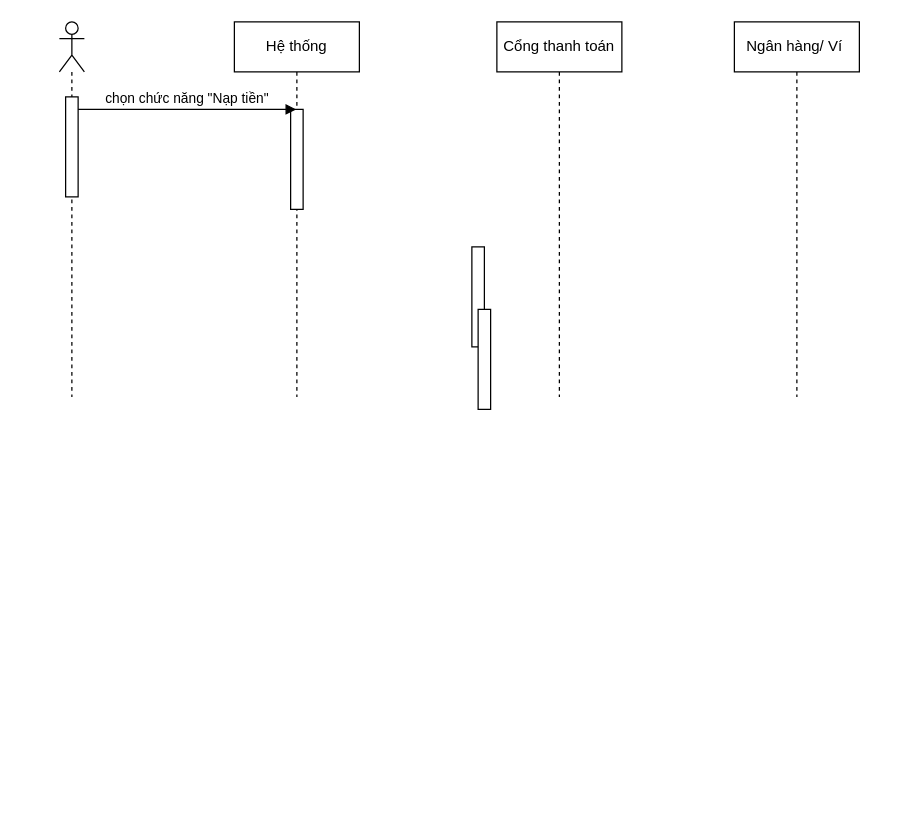
Nonnner/PTTK keeps this draw.io diagram as page "nạp tiền" (1 of 2) of deposit_money.drawio. Above is the earlier version. Source tidied: cells renumbered, new cells numbered last; positions are measured from the earlier drawing's top-left corner, leaving out a move shared by most shapes. Both pictures are drawn from the tidied source at 125%, with x=0, y=0 at pixel (59, 21).
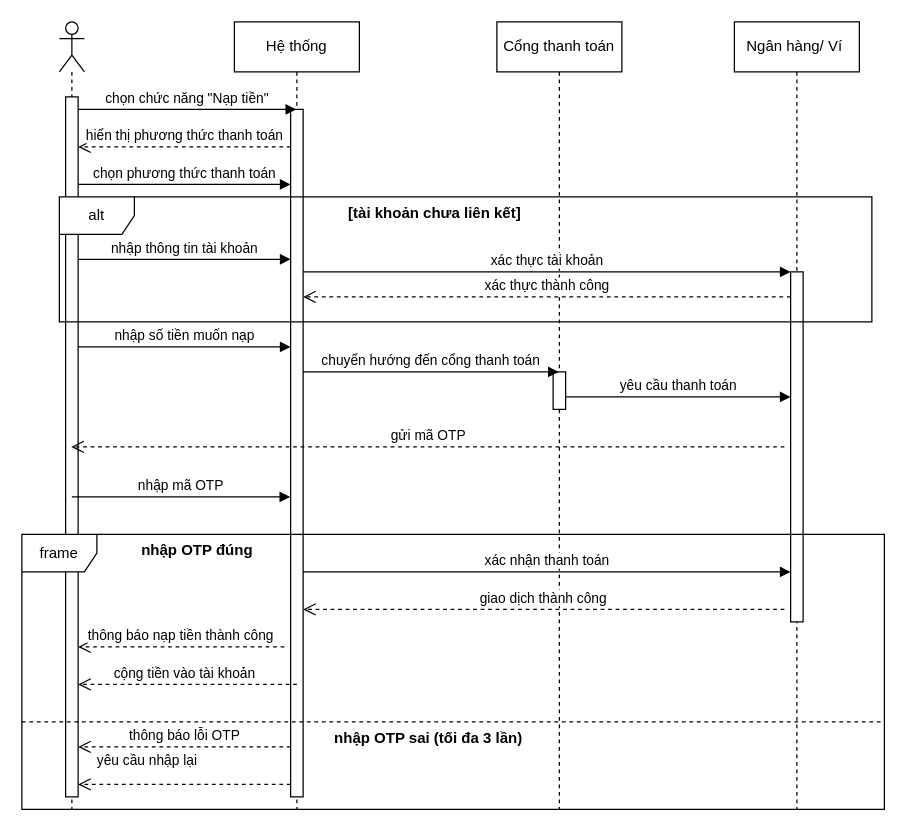
After the change.

The edit, as a diff of the source:
```diff
@@
     <mxCell id="2" value="Hệ thống" style="shape=umlLifeline;perimeter=lifelinePerimeter;whiteSpace=wrap;html=1;newEdgeStyle={&quot;curved&quot;:0,&quot;rounded&quot;:0};" parent="1" vertex="1">
-      <mxGeometry x="140" width="100" height="300" as="geometry" />
+      <mxGeometry x="140" width="100" height="630" as="geometry" />
     </mxCell>
     <mxCell id="3" style="html=1;points=[[0,0,0,0,5],[0,1,0,0,-5],[1,0,0,0,5],[1,1,0,0,-5]];perimeter=orthogonalPerimeter;outlineConnect=0;targetShapes=umlLifeline;portConstraint=eastwest;newEdgeStyle={&quot;curved&quot;:0,&quot;rounded&quot;:0};" parent="2" vertex="1">
-      <mxGeometry x="45" y="70" width="10" height="80" as="geometry" />
+      <mxGeometry x="45" y="70" width="10" height="550" as="geometry" />
     </mxCell>
     <mxCell id="4" value="Cổng thanh toán" style="shape=umlLifeline;perimeter=lifelinePerimeter;whiteSpace=wrap;html=1;newEdgeStyle={&quot;curved&quot;:0,&quot;rounded&quot;:0};" parent="1" vertex="1">
-      <mxGeometry x="350" width="100" height="300" as="geometry" />
+      <mxGeometry x="350" width="100" height="630" as="geometry" />
     </mxCell>
+    <mxCell id="9" style="html=1;perimeter=orthogonalPerimeter;targetShapes=umlLifeline;newEdgeStyle={&quot;curved&quot;:0,&quot;rounded&quot;:0};" parent="4" vertex="1">
+      <mxGeometry x="45" y="280" width="10" height="30" as="geometry" />
+    </mxCell>
     <mxCell id="5" value="Ngân hàng/ Ví&amp;nbsp;" style="shape=umlLifeline;perimeter=lifelinePerimeter;whiteSpace=wrap;html=1;newEdgeStyle={&quot;curved&quot;:0,&quot;rounded&quot;:0};" parent="1" vertex="1">
-      <mxGeometry x="540" width="100" height="300" as="geometry" />
+      <mxGeometry x="540" width="100" height="630" as="geometry" />
     </mxCell>
+    <mxCell id="11" style="html=1;perimeter=orthogonalPerimeter;targetShapes=umlLifeline;newEdgeStyle={&quot;curved&quot;:0,&quot;rounded&quot;:0};" parent="5" vertex="1">
+      <mxGeometry x="45" y="200" width="10" height="280" as="geometry" />
+    </mxCell>
     <mxCell id="6" style="shape=umlLifeline;perimeter=lifelinePerimeter;whiteSpace=wrap;html=1;outlineConnect=0;portConstraint=eastwest;newEdgeStyle={&quot;curved&quot;:0,&quot;rounded&quot;:0};participant=umlActor;" parent="1" vertex="1">
-      <mxGeometry width="20" height="300" as="geometry" />
+      <mxGeometry width="20" height="630" as="geometry" />
     </mxCell>
     <mxCell id="7" style="html=1;points=[[0,0,0,0,5],[0,1,0,0,-5],[1,0,0,0,5],[1,1,0,0,-5]];perimeter=orthogonalPerimeter;outlineConnect=0;targetShapes=umlLifeline;portConstraint=eastwest;newEdgeStyle={&quot;curved&quot;:0,&quot;rounded&quot;:0};" parent="6" vertex="1">
-      <mxGeometry x="5" y="60" width="10" height="80" as="geometry" />
+      <mxGeometry x="5" y="60" width="10" height="560" as="geometry" />
     </mxCell>
-    <mxCell id="8" style="html=1;perimeter=orthogonalPerimeter;targetShapes=umlLifeline;newEdgeStyle={&quot;curved&quot;:0,&quot;rounded&quot;:0};" parent="1" vertex="1">
-      <mxGeometry x="330" y="180" width="10" height="80" as="geometry" />
-    </mxCell>
-    <mxCell id="9" style="html=1;perimeter=orthogonalPerimeter;targetShapes=umlLifeline;newEdgeStyle={&quot;curved&quot;:0,&quot;rounded&quot;:0};" parent="1" vertex="1">
-      <mxGeometry x="335" y="230" width="10" height="80" as="geometry" />
-    </mxCell>
@@
+    <mxCell id="12" value="hiển thị phương thức thanh toán" style="html=1;verticalAlign=bottom;endArrow=open;dashed=1;endSize=8;curved=0;rounded=0;" parent="1" edge="1">
+      <mxGeometry relative="1" as="geometry">
+        <mxPoint x="185" y="100" as="sourcePoint" />
+        <mxPoint x="15" y="100" as="targetPoint" />
+      </mxGeometry>
+    </mxCell>
+    <mxCell id="13" value="chọn phương thức thanh toán" style="html=1;verticalAlign=bottom;endArrow=block;curved=0;rounded=0;" parent="1" edge="1">
+      <mxGeometry relative="1" as="geometry">
+        <mxPoint x="15" y="130" as="sourcePoint" />
+        <mxPoint x="185" y="130" as="targetPoint" />
+      </mxGeometry>
+    </mxCell>
+    <mxCell id="14" value="alt" style="shape=umlFrame;whiteSpace=wrap;html=1;" parent="1" vertex="1">
+      <mxGeometry y="140" width="650" height="100" as="geometry" />
+    </mxCell>
+    <mxCell id="15" value="nhập thông tin tài khoản" style="html=1;verticalAlign=bottom;endArrow=block;curved=0;rounded=0;" parent="1" edge="1">
+      <mxGeometry relative="1" as="geometry">
+        <mxPoint x="15" y="189.9" as="sourcePoint" />
+        <mxPoint x="185" y="189.9" as="targetPoint" />
+      </mxGeometry>
+    </mxCell>
+    <mxCell id="16" value="xác thực tài khoản" style="html=1;verticalAlign=bottom;endArrow=block;curved=0;rounded=0;" parent="1" edge="1">
+      <mxGeometry relative="1" as="geometry">
+        <mxPoint x="195" y="200" as="sourcePoint" />
+        <mxPoint x="585" y="200" as="targetPoint" />
+      </mxGeometry>
+    </mxCell>
+    <mxCell id="17" value="xác thực thành công" style="html=1;verticalAlign=bottom;endArrow=open;dashed=1;endSize=8;curved=0;rounded=0;" parent="1" edge="1" target="3">
+      <mxGeometry relative="1" as="geometry">
+        <mxPoint x="585" y="220" as="sourcePoint" />
+      </mxGeometry>
+    </mxCell>
+    <mxCell id="18" value="nhập số tiền muốn nạp" style="html=1;verticalAlign=bottom;endArrow=block;curved=0;rounded=0;exitX=0.994;exitY=0.715;exitDx=0;exitDy=0;exitPerimeter=0;" parent="1" edge="1">
+      <mxGeometry relative="1" as="geometry">
+        <mxPoint x="14.9" y="260" as="sourcePoint" />
+        <mxPoint x="185" y="260" as="targetPoint" />
+      </mxGeometry>
+    </mxCell>
+    <mxCell id="19" value="chuyển hướng đến cổng thanh toán" style="html=1;verticalAlign=bottom;endArrow=block;curved=0;rounded=0;" parent="1" edge="1">
+      <mxGeometry relative="1" as="geometry">
+        <mxPoint x="195" y="280" as="sourcePoint" />
+        <mxPoint x="399.5" y="280" as="targetPoint" />
+      </mxGeometry>
+    </mxCell>
+    <mxCell id="20" value="yêu cầu thanh toán" style="html=1;verticalAlign=bottom;endArrow=block;curved=0;rounded=0;" parent="1" edge="1">
+      <mxGeometry relative="1" as="geometry">
+        <mxPoint x="405" y="300" as="sourcePoint" />
+        <mxPoint x="585" y="300" as="targetPoint" />
+      </mxGeometry>
+    </mxCell>
+    <mxCell id="21" value="gửi mã OTP" style="html=1;verticalAlign=bottom;endArrow=open;dashed=1;endSize=8;curved=0;rounded=0;" parent="1" edge="1" target="6">
+      <mxGeometry relative="1" as="geometry">
+        <mxPoint x="580" y="340" as="sourcePoint" />
+      </mxGeometry>
+    </mxCell>
+    <mxCell id="22" value="nhập mã OTP" style="html=1;verticalAlign=bottom;endArrow=block;curved=0;rounded=0;exitX=0.984;exitY=0.942;exitDx=0;exitDy=0;exitPerimeter=0;" parent="1" edge="1">
+      <mxGeometry relative="1" as="geometry">
+        <mxPoint x="10" y="380" as="sourcePoint" />
+        <mxPoint x="184.7" y="380" as="targetPoint" />
+      </mxGeometry>
+    </mxCell>
+    <mxCell id="23" value="frame" style="shape=umlFrame;whiteSpace=wrap;html=1;" parent="1" vertex="1">
+      <mxGeometry x="-30" y="410" width="690" height="220" as="geometry" />
+    </mxCell>
+    <mxCell id="24" value="xác nhận thanh toán" style="html=1;verticalAlign=bottom;endArrow=block;curved=0;rounded=0;entryX=0;entryY=1;entryDx=0;entryDy=-5;entryPerimeter=0;" parent="1" edge="1">
+      <mxGeometry relative="1" as="geometry">
+        <mxPoint x="195" y="440" as="sourcePoint" />
+        <mxPoint x="585" y="440" as="targetPoint" />
+      </mxGeometry>
+    </mxCell>
+    <mxCell id="25" value="giao dịch thành công" style="html=1;verticalAlign=bottom;endArrow=open;dashed=1;endSize=8;curved=0;rounded=0;" parent="1" edge="1" target="3">
+      <mxGeometry relative="1" as="geometry">
+        <mxPoint x="580" y="470" as="sourcePoint" />
+      </mxGeometry>
+    </mxCell>
+    <mxCell id="26" value="thông báo nạp tiền thành công" style="html=1;verticalAlign=bottom;endArrow=open;dashed=1;endSize=8;curved=0;rounded=0;" parent="1" edge="1" target="7">
+      <mxGeometry relative="1" as="geometry">
+        <mxPoint x="180" y="500" as="sourcePoint" />
+      </mxGeometry>
+    </mxCell>
+    <mxCell id="27" value="cộng tiền vào tài khoản" style="html=1;verticalAlign=bottom;endArrow=open;dashed=1;endSize=8;curved=0;rounded=0;" parent="1" edge="1" target="7">
+      <mxGeometry x="0.03" relative="1" as="geometry">
+        <mxPoint x="190" y="530" as="sourcePoint" />
+      </mxGeometry>
+    </mxCell>
+    <mxCell id="28" style="endArrow=none;dashed=1;html=1;rounded=0;" parent="1" edge="1">
+      <mxGeometry relative="1" as="geometry">
+        <mxPoint x="-30" y="560" as="sourcePoint" />
+        <mxPoint x="660" y="560" as="targetPoint" />
+      </mxGeometry>
+    </mxCell>
+    <mxCell id="29" value="thông báo lỗi OTP" style="html=1;verticalAlign=bottom;endArrow=open;dashed=1;endSize=8;curved=0;rounded=0;" parent="1" edge="1" target="7">
+      <mxGeometry relative="1" as="geometry">
+        <mxPoint x="185" y="580" as="sourcePoint" />
+      </mxGeometry>
+    </mxCell>
+    <mxCell id="30" value="yêu cầu nhập lại" style="html=1;verticalAlign=bottom;endArrow=open;dashed=1;endSize=8;curved=0;rounded=0;" parent="1" edge="1" target="7">
+      <mxGeometry x="0.35" y="-10" relative="1" as="geometry">
+        <mxPoint x="185" y="610" as="sourcePoint" />
+      </mxGeometry>
+    </mxCell>
+    <mxCell id="31" value="nhập OTP sai (tối đa 3 lần)" style="text;align=center;fontStyle=1;verticalAlign=middle;spacingLeft=3;spacingRight=3;strokeColor=none;html=1;" parent="1" vertex="1">
+      <mxGeometry x="255" y="560" width="80" height="26" as="geometry" />
+    </mxCell>
+    <mxCell id="32" value="nhập OTP đúng" style="text;align=center;fontStyle=1;verticalAlign=middle;spacingLeft=3;spacingRight=3;strokeColor=none;html=1;" parent="1" vertex="1">
+      <mxGeometry x="70" y="410" width="80" height="26" as="geometry" />
+    </mxCell>
+    <mxCell id="33" value="[tài khoản chưa liên kết]" style="text;align=center;fontStyle=1;verticalAlign=middle;spacingLeft=3;spacingRight=3;strokeColor=none;html=1;" parent="1" vertex="1">
+      <mxGeometry x="260" y="140" width="80" height="26" as="geometry" />
+    </mxCell>
```
